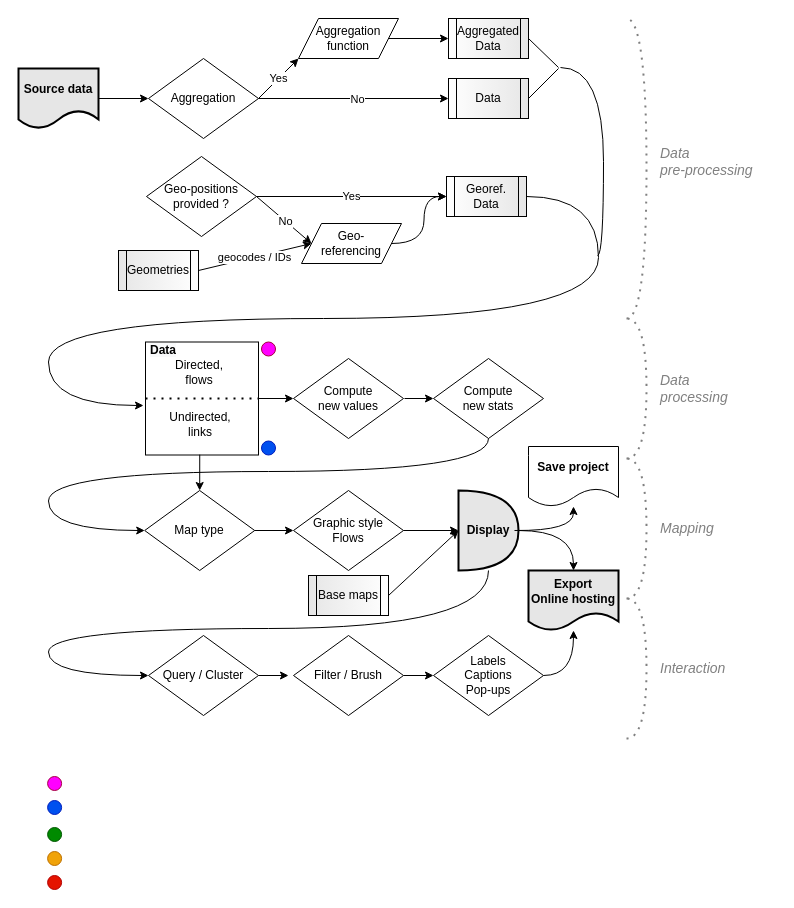
ljegou/geotests keeps this draw.io diagram as Diagramme sans nom.drawio. Above is the earlier version. Source tidied: cells renumbered, new cells numbered last; positions are measured from the earlier drawing's top-left corner, leaving out a move shared by most shapes. Both pictures are drawn from the tidied source at 100%, with x=0, y=0 at pixel (18, 18).
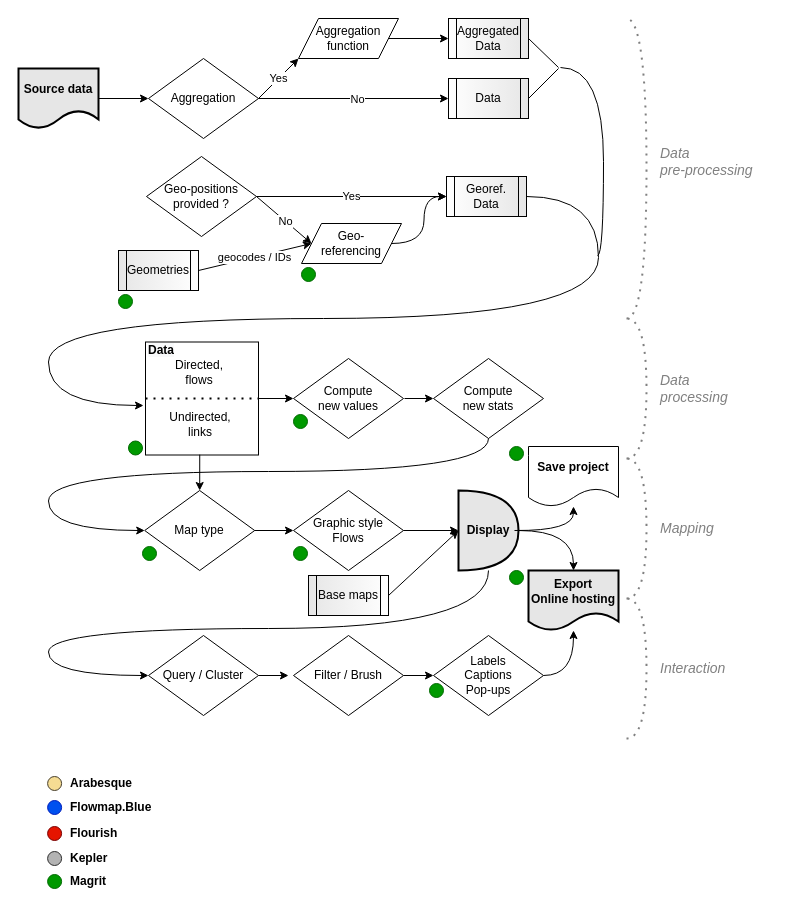
The same page after the edit.

Commit message:
Mettre à jour Diagramme sans nom.drawio

The edit, as a diff of the source:
```diff
@@
-    <mxCell id="55" style="ellipse;whiteSpace=wrap;html=1;strokeColor=#A50040;fontColor=#ffffff;fillColor=#FF00FF;" parent="1" vertex="1">
+    <mxCell id="55" style="ellipse;whiteSpace=wrap;html=1;fontColor=#ffffff;fillColor=#F5DC93;strokeColor=#473F2D;" parent="1" vertex="1">
       <mxGeometry x="29.1" y="758" width="14" height="14" as="geometry" />
     </mxCell>
@@
-    <mxCell id="57" style="ellipse;whiteSpace=wrap;html=1;fillColor=#008a00;strokeColor=#005700;fontColor=#ffffff;" parent="1" vertex="1">
-      <mxGeometry x="29.1" y="809" width="14" height="14" as="geometry" />
+    <mxCell id="57" style="ellipse;whiteSpace=wrap;html=1;fontColor=#ffffff;fillColor=#009900;strokeColor=#006900;" parent="1" vertex="1">
+      <mxGeometry x="29.1" y="856" width="14" height="14" as="geometry" />
     </mxCell>
-    <mxCell id="58" style="ellipse;whiteSpace=wrap;html=1;fillColor=#f0a30a;strokeColor=#BD7000;fontColor=#ffffff;" parent="1" vertex="1">
+    <mxCell id="58" style="ellipse;whiteSpace=wrap;html=1;fontColor=#ffffff;fillColor=#B3B3B3;strokeColor=#2E2E2E;" parent="1" vertex="1">
       <mxGeometry x="29.1" y="833" width="14" height="14" as="geometry" />
     </mxCell>
-    <mxCell id="59" style="ellipse;whiteSpace=wrap;html=1;fillColor=#e51400;strokeColor=#B20000;fontColor=#ffffff;" parent="1" vertex="1">
-      <mxGeometry x="29.1" y="857" width="14" height="14" as="geometry" />
+    <mxCell id="59" style="ellipse;whiteSpace=wrap;html=1;fillColor=#e51400;fontColor=#ffffff;strokeColor=#780000;" parent="1" vertex="1">
+      <mxGeometry x="29.1" y="808" width="14" height="14" as="geometry" />
     </mxCell>
@@
     <mxCell id="62" value="&lt;span style=&quot;color: rgb(0 , 0 , 0) ; font-family: &amp;#34;helvetica&amp;#34; ; font-size: 12px ; font-style: normal ; font-weight: 700 ; letter-spacing: normal ; text-align: center ; text-indent: 0px ; text-transform: none ; word-spacing: 0px ; background-color: rgb(248 , 249 , 250) ; display: inline ; float: none&quot;&gt;Data&lt;/span&gt;" style="text;whiteSpace=wrap;html=1;" parent="1" vertex="1">
-      <mxGeometry x="130.2" y="318" width="72" height="28" as="geometry" />
+      <mxGeometry x="128.2" y="318" width="72" height="28" as="geometry" />
     </mxCell>
@@
-    <mxCell id="66" style="ellipse;whiteSpace=wrap;html=1;strokeColor=#A50040;fontColor=#ffffff;fillColor=#FF00FF;" parent="1" vertex="1">
-      <mxGeometry x="243" y="323.5" width="14" height="14" as="geometry" />
-    </mxCell>
-    <mxCell id="67" style="ellipse;whiteSpace=wrap;html=1;fillColor=#0050ef;strokeColor=#001DBC;fontColor=#ffffff;" parent="1" vertex="1">
-      <mxGeometry x="243" y="422.5" width="14" height="14" as="geometry" />
-    </mxCell>
@@
+    <mxCell id="69" value="Arabesque" style="text;html=1;strokeColor=none;fillColor=none;align=left;verticalAlign=middle;whiteSpace=wrap;rounded=0;fontStyle=1;" parent="1" vertex="1">
+      <mxGeometry x="50" y="755" width="40" height="20" as="geometry" />
+    </mxCell>
+    <mxCell id="70" value="Flowmap.Blue" style="text;html=1;strokeColor=none;fillColor=none;align=left;verticalAlign=middle;whiteSpace=wrap;rounded=0;fontStyle=1;" parent="1" vertex="1">
+      <mxGeometry x="50" y="779" width="40" height="20" as="geometry" />
+    </mxCell>
+    <mxCell id="71" value="Flourish" style="text;html=1;strokeColor=none;fillColor=none;align=left;verticalAlign=middle;whiteSpace=wrap;rounded=0;fontStyle=1;" parent="1" vertex="1">
+      <mxGeometry x="50" y="805" width="40" height="20" as="geometry" />
+    </mxCell>
+    <mxCell id="72" value="Kepler" style="text;html=1;strokeColor=none;fillColor=none;align=left;verticalAlign=middle;whiteSpace=wrap;rounded=0;fontStyle=1;" parent="1" vertex="1">
+      <mxGeometry x="50" y="830" width="40" height="20" as="geometry" />
+    </mxCell>
+    <mxCell id="73" value="Magrit" style="text;html=1;strokeColor=none;fillColor=none;align=left;verticalAlign=middle;whiteSpace=wrap;rounded=0;fontStyle=1;" parent="1" vertex="1">
+      <mxGeometry x="50" y="853" width="40" height="20" as="geometry" />
+    </mxCell>
+    <mxCell id="74" style="ellipse;whiteSpace=wrap;html=1;fontColor=#ffffff;fillColor=#009900;strokeColor=#006900;" parent="1" vertex="1">
+      <mxGeometry x="100" y="276" width="14" height="14" as="geometry" />
+    </mxCell>
+    <mxCell id="75" style="ellipse;whiteSpace=wrap;html=1;fontColor=#ffffff;fillColor=#009900;strokeColor=#006900;" parent="1" vertex="1">
+      <mxGeometry x="283" y="249" width="14" height="14" as="geometry" />
+    </mxCell>
+    <mxCell id="76" style="ellipse;whiteSpace=wrap;html=1;fontColor=#ffffff;fillColor=#009900;strokeColor=#006900;" parent="1" vertex="1">
+      <mxGeometry x="110" y="422.5" width="14" height="14" as="geometry" />
+    </mxCell>
+    <mxCell id="77" style="ellipse;whiteSpace=wrap;html=1;fontColor=#ffffff;fillColor=#009900;strokeColor=#006900;" parent="1" vertex="1">
+      <mxGeometry x="275" y="396" width="14" height="14" as="geometry" />
+    </mxCell>
+    <mxCell id="78" style="ellipse;whiteSpace=wrap;html=1;fontColor=#ffffff;fillColor=#009900;strokeColor=#006900;" parent="1" vertex="1">
+      <mxGeometry x="124" y="528" width="14" height="14" as="geometry" />
+    </mxCell>
+    <mxCell id="79" style="ellipse;whiteSpace=wrap;html=1;fontColor=#ffffff;fillColor=#009900;strokeColor=#006900;" parent="1" vertex="1">
+      <mxGeometry x="275" y="528" width="14" height="14" as="geometry" />
+    </mxCell>
+    <mxCell id="80" style="ellipse;whiteSpace=wrap;html=1;fontColor=#ffffff;fillColor=#009900;strokeColor=#006900;" parent="1" vertex="1">
+      <mxGeometry x="491" y="552" width="14" height="14" as="geometry" />
+    </mxCell>
+    <mxCell id="81" style="ellipse;whiteSpace=wrap;html=1;fontColor=#ffffff;fillColor=#009900;strokeColor=#006900;" parent="1" vertex="1">
+      <mxGeometry x="491" y="428" width="14" height="14" as="geometry" />
+    </mxCell>
+    <mxCell id="82" style="ellipse;whiteSpace=wrap;html=1;fontColor=#ffffff;fillColor=#009900;strokeColor=#006900;" parent="1" vertex="1">
+      <mxGeometry x="411" y="665" width="14" height="14" as="geometry" />
+    </mxCell>
```
